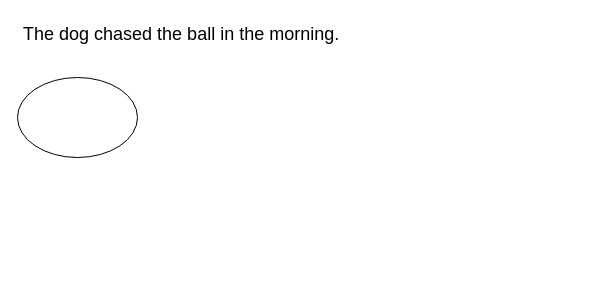
Before: AMR_case.drawio in crawlerWPS/drawing, a draw.io diagram. Source tidied: cells renumbered, new cells numbered last; positions are measured from the earlier drawing's top-left corner, leaving out a move shared by most shapes. Both pictures are drawn from the tidied source at 100%, with x=0, y=0 at pixel (17, 17).
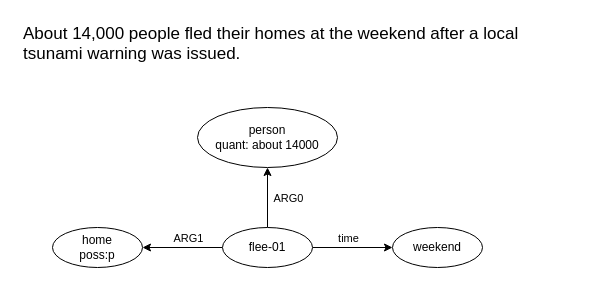
The same page after the edit.

Diff of the diagram source:
```diff
@@
 <mxGraphModel>
   <root>
     <mxCell id="0" />
     <mxCell id="1" parent="0" />
-    <mxCell id="2" value="&lt;font style=&quot;font-size: 18px;&quot;&gt;The dog chased the ball in the morning.&lt;/font&gt;" style="text;whiteSpace=wrap;html=1;" parent="1" vertex="1">
+    <mxCell id="2" value="&lt;font style=&quot;font-size: 17px;&quot;&gt;About 14,000 people fled their homes at the weekend after a local tsunami warning was issued. &lt;/font&gt;" style="text;whiteSpace=wrap;html=1;" parent="1" vertex="1">
       <mxGeometry x="4" width="560" height="40" as="geometry" />
     </mxCell>
+    <mxCell id="4" style="edgeStyle=orthogonalEdgeStyle;rounded=0;jettySize=auto;html=1;" parent="1" edge="1" source="3" target="10">
+      <mxGeometry relative="1" as="geometry" />
+    </mxCell>
+    <mxCell id="5" value="ARG0" style="edgeLabel;html=1;align=center;verticalAlign=middle;" parent="4" vertex="1">
+      <mxGeometry y="1" relative="1" as="geometry">
+        <mxPoint x="21" as="offset" />
+      </mxGeometry>
+    </mxCell>
+    <mxCell id="6" style="edgeStyle=orthogonalEdgeStyle;rounded=0;jettySize=auto;html=1;" parent="1" edge="1" source="3" target="11">
+      <mxGeometry relative="1" as="geometry" />
+    </mxCell>
+    <mxCell id="7" value="ARG1" style="edgeLabel;html=1;align=center;verticalAlign=middle;" parent="6" vertex="1">
+      <mxGeometry x="-0.05" y="2" relative="1" as="geometry">
+        <mxPoint x="3" y="-12" as="offset" />
+      </mxGeometry>
+    </mxCell>
+    <mxCell id="8" style="edgeStyle=orthogonalEdgeStyle;rounded=0;jettySize=auto;html=1;" parent="1" edge="1" source="3" target="12">
+      <mxGeometry relative="1" as="geometry" />
+    </mxCell>
+    <mxCell id="9" value="time" style="edgeLabel;html=1;align=center;verticalAlign=middle;" parent="8" vertex="1">
+      <mxGeometry x="-0.4" y="-1" relative="1" as="geometry">
+        <mxPoint x="11" y="-11" as="offset" />
+      </mxGeometry>
+    </mxCell>
-    <mxCell id="3" style="ellipse;whiteSpace=wrap;html=1;" parent="1" vertex="1">
-      <mxGeometry y="60" width="120" height="80" as="geometry" />
+    <mxCell id="3" value="flee-01" style="ellipse;whiteSpace=wrap;html=1;" parent="1" vertex="1">
+      <mxGeometry x="205" y="210" width="90" height="40" as="geometry" />
     </mxCell>
+    <mxCell id="10" value="person&lt;br&gt;quant: about 14000" style="ellipse;whiteSpace=wrap;html=1;" parent="1" vertex="1">
+      <mxGeometry x="180" y="90" width="140" height="60" as="geometry" />
+    </mxCell>
+    <mxCell id="11" value="home&lt;br&gt;poss:p" style="ellipse;whiteSpace=wrap;html=1;" parent="1" vertex="1">
+      <mxGeometry x="35" y="210" width="90" height="40" as="geometry" />
+    </mxCell>
+    <mxCell id="12" value="weekend" style="ellipse;whiteSpace=wrap;html=1;" parent="1" vertex="1">
+      <mxGeometry x="375" y="210" width="90" height="40" as="geometry" />
+    </mxCell>
   </root>
 </mxGraphModel>
```
